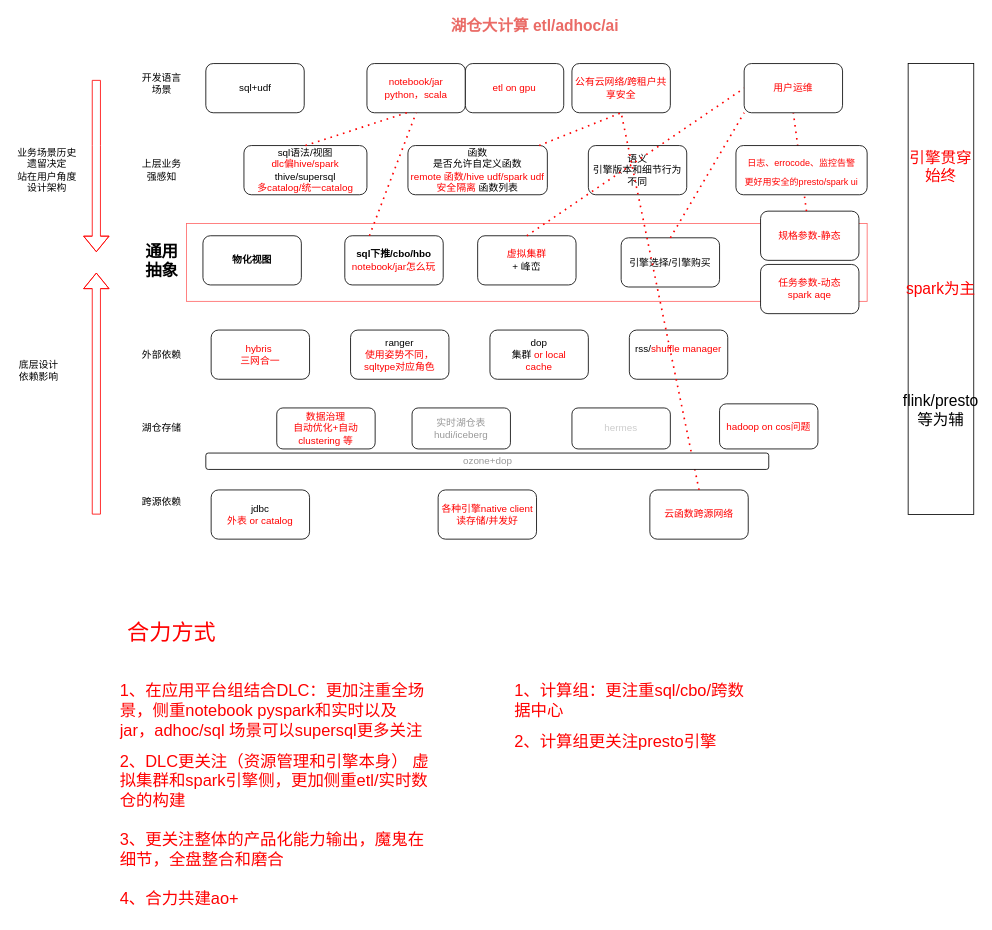
This is 统一计算.drawio from yuhuali1989/ui, a draw.io file, before an edit. Source tidied: cells renumbered, new cells numbered last; positions are measured from the earlier drawing's top-left corner, leaving out a move shared by most shapes. Both pictures are drawn from the tidied source at 82%, with x=0, y=0 at pixel (14, 14).
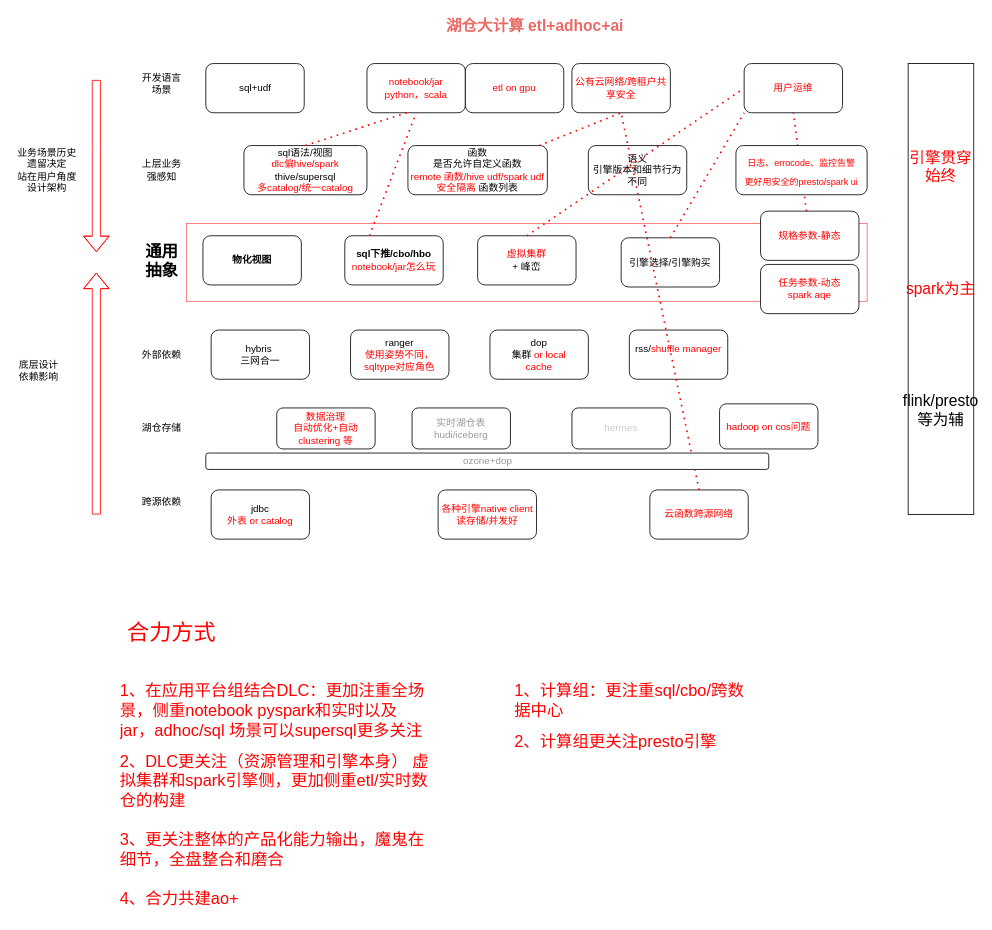
Above is the later version.

The edit, as a diff of the source:
```diff
@@
-    <mxCell id="10" value="&lt;font&gt;hybris&amp;nbsp;&lt;br&gt;三网合一&lt;br&gt;&lt;/font&gt;" style="rounded=1;whiteSpace=wrap;html=1;fontColor=#FF0000;" parent="1" vertex="1">
+    <mxCell id="10" value="&lt;font&gt;hybris&amp;nbsp;&lt;br&gt;三网合一&lt;br&gt;&lt;/font&gt;" style="rounded=1;whiteSpace=wrap;html=1;fontColor=#000000;" parent="1" vertex="1">
       <mxGeometry x="240" y="385" width="120" height="60" as="geometry" />
     </mxCell>
@@
-    <mxCell id="31" value="&lt;b&gt;&lt;font style=&quot;font-size: 19px;&quot; color=&quot;#ea6b66&quot;&gt;湖仓大计算 etl/adhoc/ai&lt;/font&gt;&lt;/b&gt;" style="text;html=1;strokeColor=none;fillColor=none;align=center;verticalAlign=middle;whiteSpace=wrap;rounded=0;fontColor=#000000;" parent="1" vertex="1">
+    <mxCell id="31" value="&lt;b&gt;&lt;font style=&quot;font-size: 19px;&quot; color=&quot;#ea6b66&quot;&gt;湖仓大计算 etl+adhoc+ai&lt;/font&gt;&lt;/b&gt;" style="text;html=1;strokeColor=none;fillColor=none;align=center;verticalAlign=middle;whiteSpace=wrap;rounded=0;fontColor=#000000;" parent="1" vertex="1">
       <mxGeometry x="100" width="1070" height="30" as="geometry" />
     </mxCell>
```
